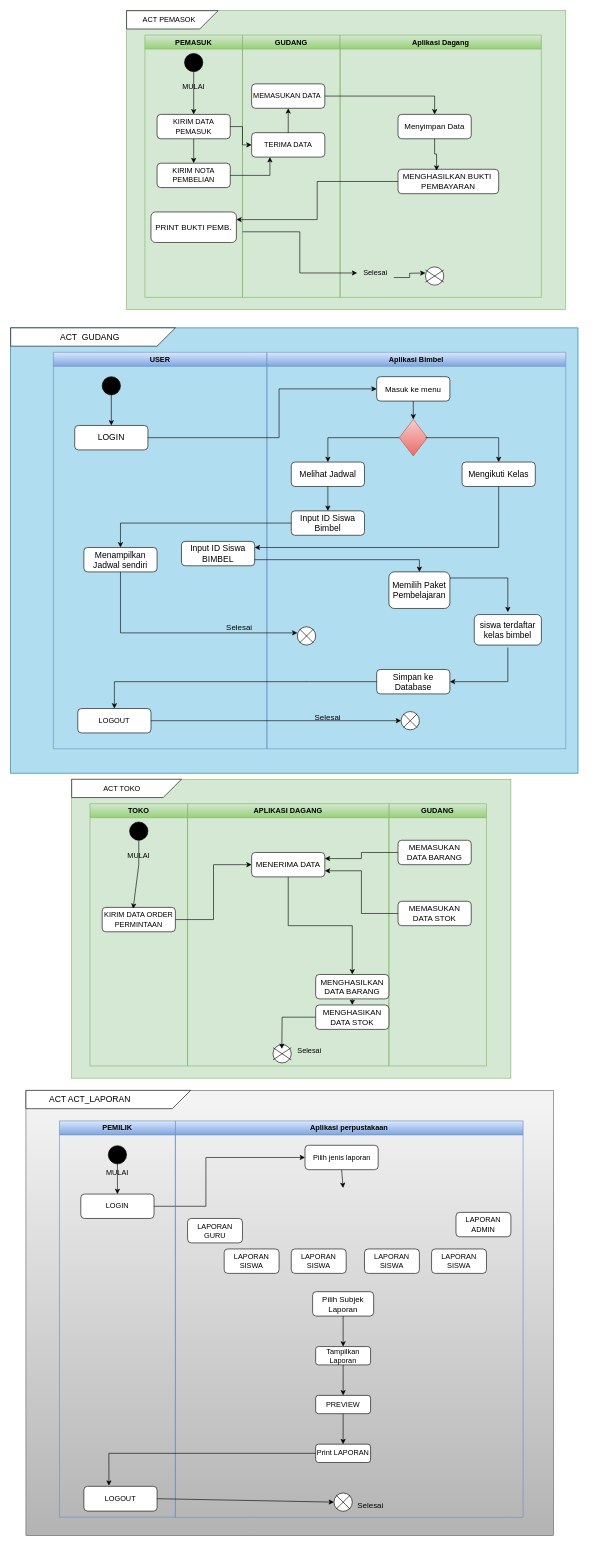
htmledan/Shell-script-gugugaga keeps this draw.io diagram as page "activity" (2 of 4) of Untitled Diagram.drawio. Above is the earlier version. Source tidied: cells renumbered, new cells numbered last; positions are measured from the earlier drawing's top-left corner, leaving out a move shared by most shapes. Both pictures are drawn from the tidied source at 61%, with x=0, y=0 at pixel (10, 10).
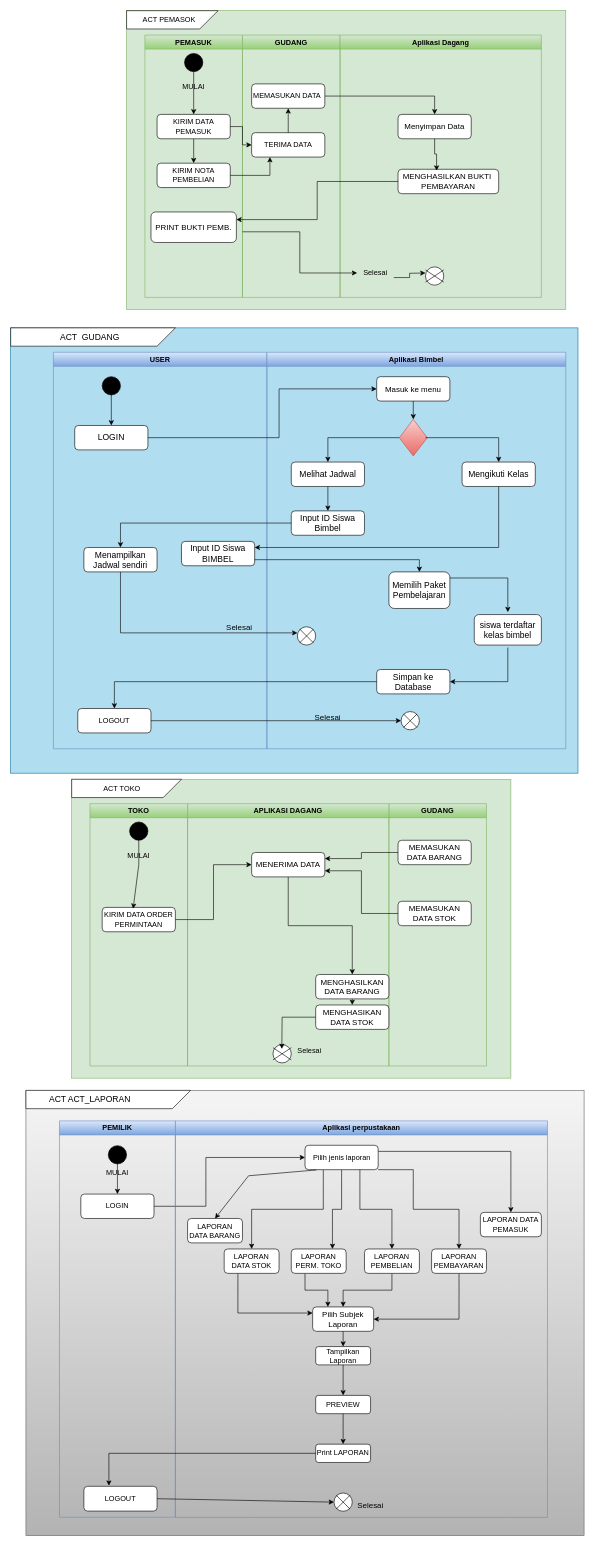
After the change.

The change refers to these unchanged cells:
```xml
<mxCell id="88" value="Pilih jenis laporan" style="rounded=1;whiteSpace=wrap;html=1;fontSize=12;glass=0;strokeWidth=1;shadow=0;" parent="87" vertex="1">
  <mxGeometry x="212.5" y="40" width="120" height="40" as="geometry" />
</mxCell>
```

Diff of the diagram source:
```diff
@@
     <mxCell id="86" style="rounded=0;whiteSpace=wrap;html=1;fillColor=#f5f5f5;strokeColor=#666666;gradientColor=#b3b3b3;" parent="1" vertex="1">
-      <mxGeometry x="25" y="1770" width="865" height="730" as="geometry" />
+      <mxGeometry x="25" y="1770" width="915" height="730" as="geometry" />
     </mxCell>
     <mxCell id="87" value="Aplikasi perpustakaan" style="swimlane;whiteSpace=wrap;html=1;fillColor=#dae8fc;gradientColor=#7ea6e0;strokeColor=#6c8ebf;" parent="1" vertex="1">
-      <mxGeometry x="270" y="1820" width="570" height="650" as="geometry" />
+      <mxGeometry x="270" y="1820" width="610" height="650" as="geometry" />
     </mxCell>
+    <mxCell id="137" style="edgeStyle=orthogonalEdgeStyle;rounded=0;jettySize=auto;html=1;exitX=0.25;exitY=1;exitDx=0;exitDy=0;entryX=0.5;entryY=0;entryDx=0;entryDy=0;" parent="87" edge="1" source="88" target="93">
+      <mxGeometry relative="1" as="geometry" />
+    </mxCell>
+    <mxCell id="138" style="edgeStyle=orthogonalEdgeStyle;rounded=0;jettySize=auto;html=1;exitX=0.5;exitY=1;exitDx=0;exitDy=0;entryX=0.75;entryY=0;entryDx=0;entryDy=0;" parent="87" edge="1" source="88" target="95">
+      <mxGeometry relative="1" as="geometry" />
+    </mxCell>
+    <mxCell id="139" style="edgeStyle=orthogonalEdgeStyle;rounded=0;jettySize=auto;html=1;exitX=1;exitY=1;exitDx=0;exitDy=0;entryX=0.5;entryY=0;entryDx=0;entryDy=0;" parent="87" edge="1" source="88" target="96">
+      <mxGeometry relative="1" as="geometry">
+        <Array as="points">
+          <mxPoint x="390" y="80" />
+          <mxPoint x="390" y="145" />
+          <mxPoint x="465" y="145" />
+        </Array>
+      </mxGeometry>
+    </mxCell>
+    <mxCell id="140" style="edgeStyle=orthogonalEdgeStyle;rounded=0;jettySize=auto;html=1;exitX=1;exitY=0.25;exitDx=0;exitDy=0;entryX=0.5;entryY=0;entryDx=0;entryDy=0;" parent="87" edge="1" source="88" target="91">
+      <mxGeometry relative="1" as="geometry" />
+    </mxCell>
@@
-    <mxCell id="90" style="endArrow=classic;html=1;rounded=0;exitX=0.5;exitY=1;exitDx=0;exitDy=0;entryX=0.5;entryY=0;entryDx=0;entryDy=0;" parent="87" edge="1" source="88">
+    <mxCell id="90" style="endArrow=classic;html=1;rounded=0;exitX=0.155;exitY=1.011;exitDx=0;exitDy=0;entryX=0.5;entryY=0;entryDx=0;entryDy=0;exitPerimeter=0;" parent="87" edge="1" source="88" target="92">
       <mxGeometry relative="1" as="geometry">
-        <mxPoint x="275" y="110" as="targetPoint" />
+        <Array as="points">
+          <mxPoint x="120" y="90" />
+        </Array>
       </mxGeometry>
     </mxCell>
-    <mxCell id="91" value="LAPORAN ADMIN" style="rounded=1;whiteSpace=wrap;html=1;fontSize=12;glass=0;strokeWidth=1;shadow=0;" parent="87" vertex="1">
-      <mxGeometry x="460" y="150" width="90" height="40" as="geometry" />
+    <mxCell id="91" value="LAPORAN DATA PEMASUK" style="rounded=1;whiteSpace=wrap;html=1;fontSize=12;glass=0;strokeWidth=1;shadow=0;" parent="87" vertex="1">
+      <mxGeometry x="500" y="150" width="100" height="40" as="geometry" />
     </mxCell>
-    <mxCell id="92" value="LAPORAN GURU" style="rounded=1;whiteSpace=wrap;html=1;fontSize=12;glass=0;strokeWidth=1;shadow=0;" parent="87" vertex="1">
+    <mxCell id="92" value="LAPORAN DATA BARANG" style="rounded=1;whiteSpace=wrap;html=1;fontSize=12;glass=0;strokeWidth=1;shadow=0;" parent="87" vertex="1">
       <mxGeometry x="20" y="160" width="90" height="40" as="geometry" />
     </mxCell>
+    <mxCell id="141" style="edgeStyle=orthogonalEdgeStyle;rounded=0;jettySize=auto;html=1;exitX=0.25;exitY=1;exitDx=0;exitDy=0;entryX=0;entryY=0.25;entryDx=0;entryDy=0;" parent="87" edge="1" source="93" target="105">
+      <mxGeometry relative="1" as="geometry" />
+    </mxCell>
-    <mxCell id="93" value="LAPORAN SISWA" style="rounded=1;whiteSpace=wrap;html=1;fontSize=12;glass=0;strokeWidth=1;shadow=0;" parent="87" vertex="1">
+    <mxCell id="93" value="LAPORAN DATA STOK" style="rounded=1;whiteSpace=wrap;html=1;fontSize=12;glass=0;strokeWidth=1;shadow=0;" parent="87" vertex="1">
       <mxGeometry x="80" y="210" width="90" height="40" as="geometry" />
     </mxCell>
@@
+    <mxCell id="142" style="edgeStyle=orthogonalEdgeStyle;rounded=0;jettySize=auto;html=1;exitX=0.25;exitY=1;exitDx=0;exitDy=0;entryX=0.25;entryY=0;entryDx=0;entryDy=0;" parent="87" edge="1" source="95" target="105">
+      <mxGeometry relative="1" as="geometry" />
+    </mxCell>
-    <mxCell id="95" value="LAPORAN SISWA" style="rounded=1;whiteSpace=wrap;html=1;fontSize=12;glass=0;strokeWidth=1;shadow=0;" parent="87" vertex="1">
+    <mxCell id="95" value="LAPORAN PERM. TOKO" style="rounded=1;whiteSpace=wrap;html=1;fontSize=12;glass=0;strokeWidth=1;shadow=0;" parent="87" vertex="1">
       <mxGeometry x="190" y="210" width="90" height="40" as="geometry" />
     </mxCell>
+    <mxCell id="143" style="edgeStyle=orthogonalEdgeStyle;rounded=0;jettySize=auto;html=1;exitX=0.5;exitY=1;exitDx=0;exitDy=0;entryX=1;entryY=0.5;entryDx=0;entryDy=0;" parent="87" edge="1" source="96" target="105">
+      <mxGeometry relative="1" as="geometry" />
+    </mxCell>
-    <mxCell id="96" value="LAPORAN SISWA" style="rounded=1;whiteSpace=wrap;html=1;fontSize=12;glass=0;strokeWidth=1;shadow=0;" parent="87" vertex="1">
+    <mxCell id="96" value="LAPORAN PEMBAYARAN" style="rounded=1;whiteSpace=wrap;html=1;fontSize=12;glass=0;strokeWidth=1;shadow=0;" parent="87" vertex="1">
       <mxGeometry x="420" y="210" width="90" height="40" as="geometry" />
     </mxCell>
+    <mxCell id="105" value="Pilih Subjek Laporan" style="rounded=1;whiteSpace=wrap;html=1;fontSize=13;glass=0;strokeWidth=1;shadow=0;" parent="87" vertex="1">
+      <mxGeometry x="225" y="305" width="100" height="40" as="geometry" />
+    </mxCell>
@@
-    <mxCell id="105" value="Pilih Subjek Laporan" style="rounded=1;whiteSpace=wrap;html=1;fontSize=13;glass=0;strokeWidth=1;shadow=0;" parent="1" vertex="1">
-      <mxGeometry x="495" y="2100" width="100" height="40" as="geometry" />
-    </mxCell>
@@
+    <mxCell id="144" style="edgeStyle=orthogonalEdgeStyle;rounded=0;jettySize=auto;html=1;exitX=0.5;exitY=1;exitDx=0;exitDy=0;entryX=0.5;entryY=0;entryDx=0;entryDy=0;" parent="1" edge="1" source="136" target="105">
+      <mxGeometry relative="1" as="geometry" />
+    </mxCell>
-    <mxCell id="136" value="LAPORAN SISWA" style="rounded=1;whiteSpace=wrap;html=1;fontSize=12;glass=0;strokeWidth=1;shadow=0;" parent="1" vertex="1">
+    <mxCell id="136" value="LAPORAN PEMBELIAN" style="rounded=1;whiteSpace=wrap;html=1;fontSize=12;glass=0;strokeWidth=1;shadow=0;" parent="1" vertex="1">
       <mxGeometry x="580" y="2030" width="90" height="40" as="geometry" />
     </mxCell>
+    <mxCell id="145" style="edgeStyle=orthogonalEdgeStyle;rounded=0;jettySize=auto;html=1;exitX=0.75;exitY=1;exitDx=0;exitDy=0;entryX=0.5;entryY=0;entryDx=0;entryDy=0;" parent="1" edge="1" source="88" target="136">
+      <mxGeometry relative="1" as="geometry" />
+    </mxCell>
```
